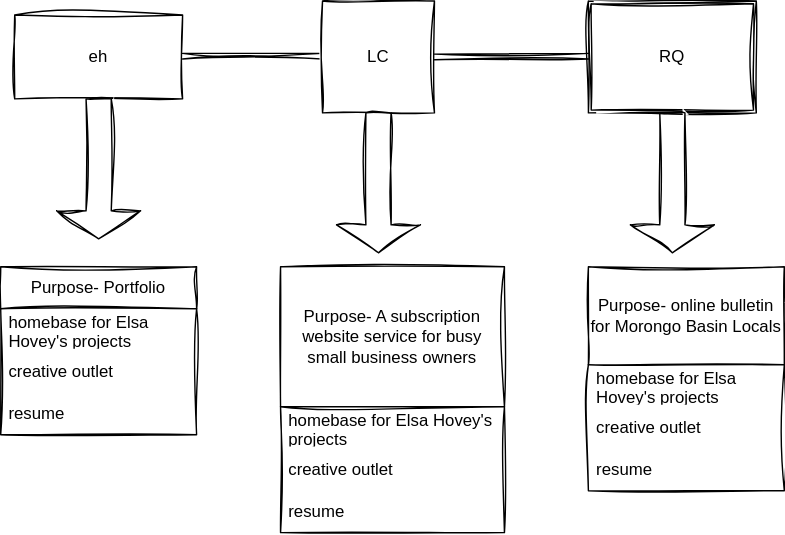
The draw.io diagram demo.drawio.svg in elsahv/EH-portfolio, before a commit. Source tidied: cells renumbered, new cells last; positions are measured from the earlier drawing's top-left corner, leaving out a move shared by most shapes.
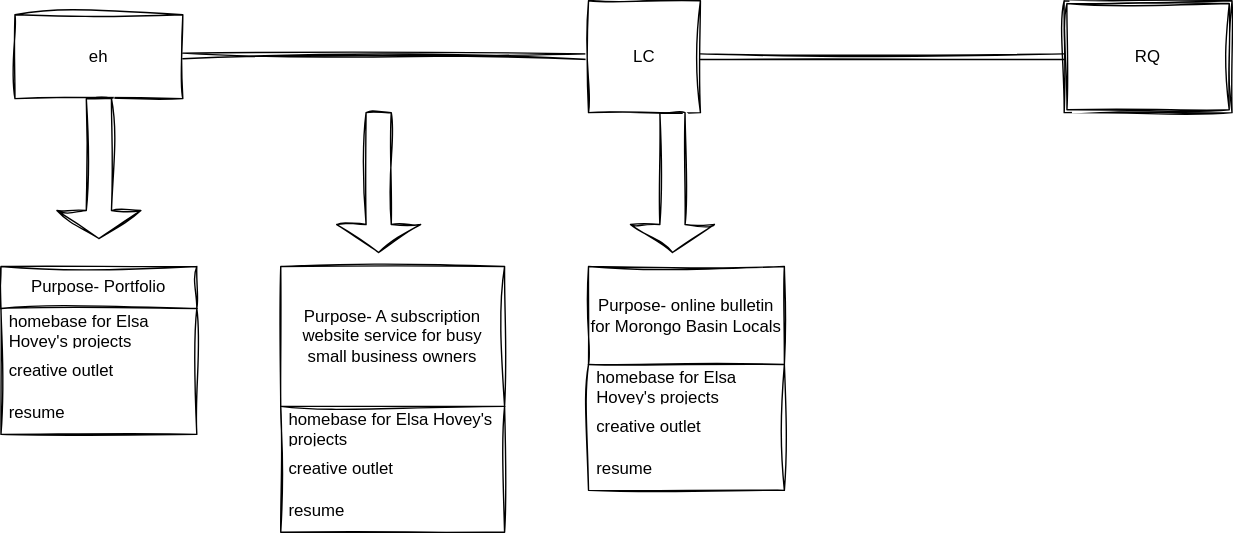
Above is the later version.

Change to the diagram source:
```diff
@@ -5,22 +5,19 @@
     <mxCell id="2" value="eh" style="rounded=0;whiteSpace=wrap;html=1;sketch=1;curveFitting=1;jiggle=2;" parent="1" vertex="1">
       <mxGeometry x="10" y="10" width="120" height="60" as="geometry" />
     </mxCell>
-    <mxCell id="3" style="shape=link;html=1;rounded=0;sketch=1;curveFitting=1;jiggle=2;" parent="1" edge="1">
+    <mxCell id="3" style="shape=link;html=1;rounded=0;sketch=1;curveFitting=1;jiggle=2;entryX=0;entryY=0.5;entryDx=0;entryDy=0;" parent="1" edge="1" target="4">
       <mxGeometry relative="1" as="geometry">
         <mxPoint x="130" y="39.5" as="sourcePoint" />
-        <mxPoint x="230" y="39.5" as="targetPoint" />
       </mxGeometry>
     </mxCell>
     <mxCell id="4" value="LC" style="whiteSpace=wrap;html=1;rounded=0;sketch=1;curveFitting=1;jiggle=2;" parent="1" vertex="1">
-      <mxGeometry x="230" width="80" height="80" as="geometry" />
+      <mxGeometry x="420" width="80" height="80" as="geometry" />
     </mxCell>
-    <mxCell id="5" style="shape=link;html=1;exitX=1;exitY=0.5;exitDx=0;exitDy=0;rounded=0;sketch=1;curveFitting=1;jiggle=2;" parent="1" edge="1" source="4">
-      <mxGeometry relative="1" as="geometry">
-        <mxPoint x="420" y="39.5" as="targetPoint" />
-      </mxGeometry>
+    <mxCell id="5" style="shape=link;html=1;exitX=1;exitY=0.5;exitDx=0;exitDy=0;rounded=0;sketch=1;curveFitting=1;jiggle=2;entryX=0;entryY=0.5;entryDx=0;entryDy=0;" parent="1" edge="1" source="4" target="6">
+      <mxGeometry relative="1" as="geometry" />
     </mxCell>
     <mxCell id="6" value="RQ&lt;br&gt;" style="shape=ext;double=1;rounded=0;whiteSpace=wrap;html=1;sketch=1;curveFitting=1;jiggle=2;" parent="1" vertex="1">
-      <mxGeometry x="420" width="120" height="80" as="geometry" />
+      <mxGeometry x="760" width="120" height="80" as="geometry" />
     </mxCell>
     <mxCell id="7" style="shape=singleArrow;direction=south;whiteSpace=wrap;html=1;rounded=0;sketch=1;curveFitting=1;jiggle=2;" parent="1" vertex="1">
       <mxGeometry x="40" y="70" width="60" height="100" as="geometry" />
```
